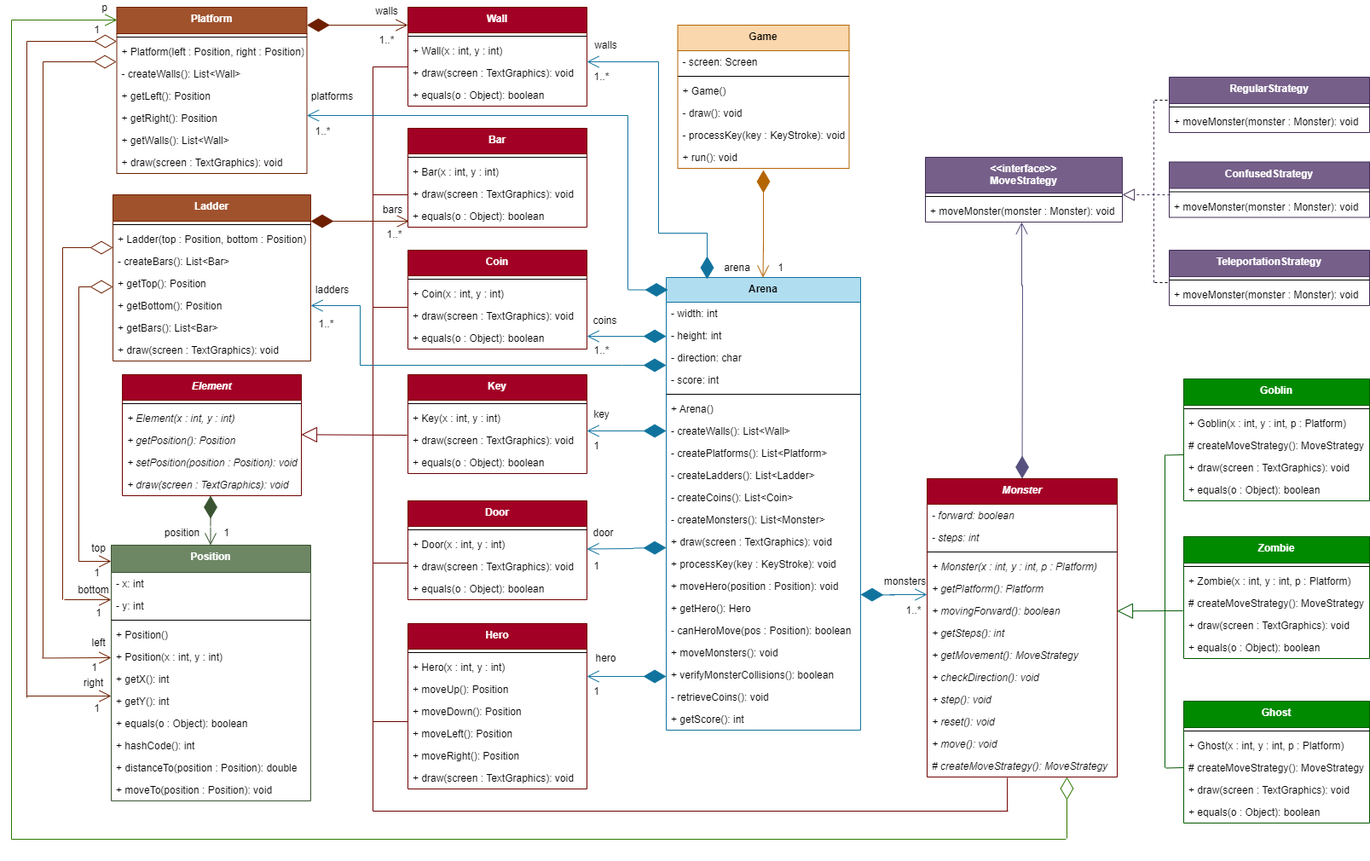
The draw.io diagram docs/diagram/UMLdiagram.png in FEUP-LDTS-2021/ldts-project-assignment-g1004, before a commit. Source tidied: cells renumbered, new cells last; positions are measured from the earlier drawing's top-left corner, leaving out a move shared by most shapes.
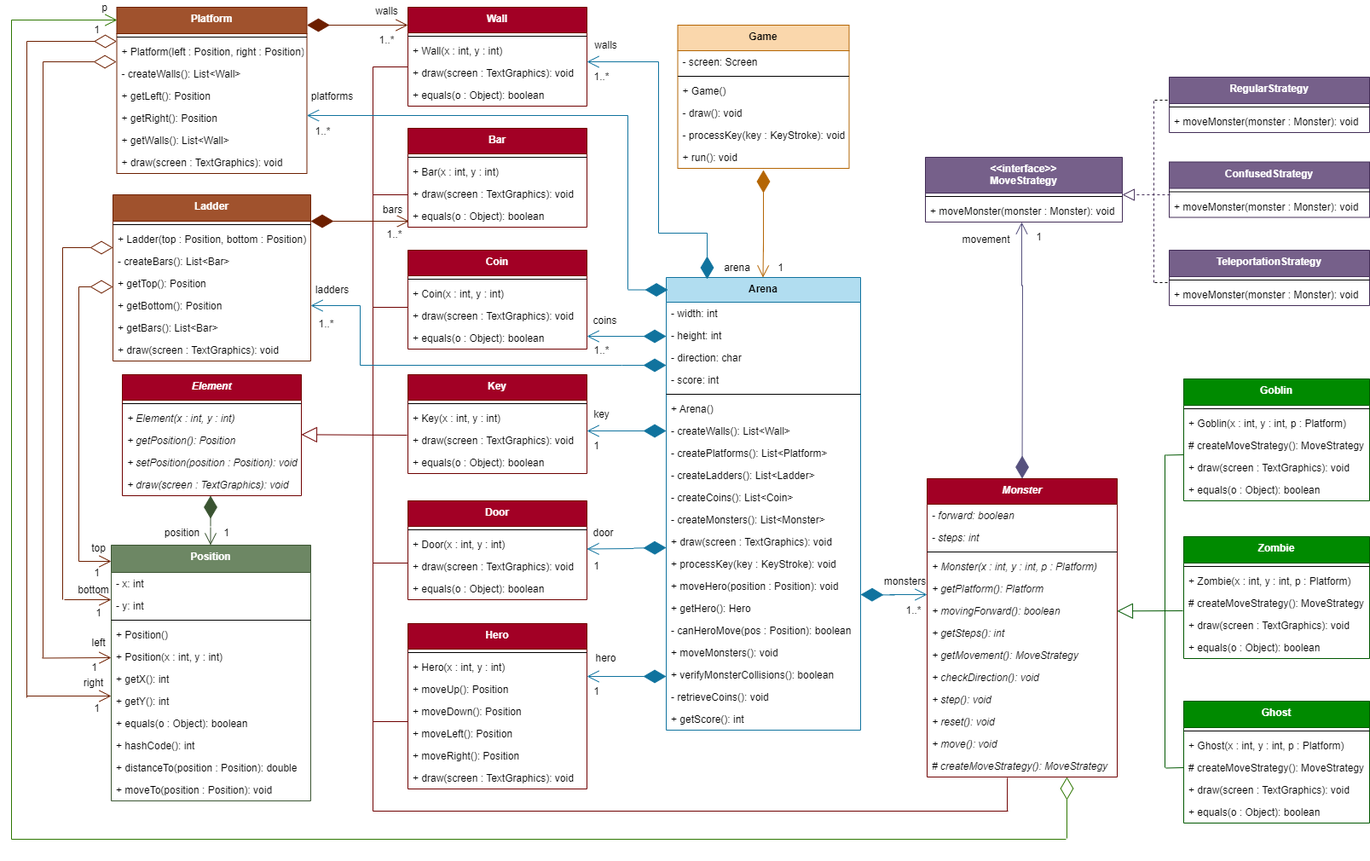
The same file after the commit.

What changed in the source:
```diff
@@ -858,5 +858,11 @@
     <mxCell id="227" value="1" style="text;html=1;align=center;verticalAlign=middle;strokeColor=none;fillColor=none;" parent="1" vertex="1">
       <mxGeometry x="91" y="822" width="17" height="18" as="geometry" />
     </mxCell>
+    <mxCell id="228" value="movement" style="text;html=1;align=center;verticalAlign=middle;strokeColor=none;fillColor=none;" parent="1" vertex="1">
+      <mxGeometry x="1110" y="272" width="66" height="18" as="geometry" />
+    </mxCell>
+    <mxCell id="229" value="1" style="text;html=1;align=center;verticalAlign=middle;strokeColor=none;fillColor=none;" parent="1" vertex="1">
+      <mxGeometry x="1196" y="269" width="17" height="18" as="geometry" />
+    </mxCell>
   </root>
 </mxGraphModel>
```
